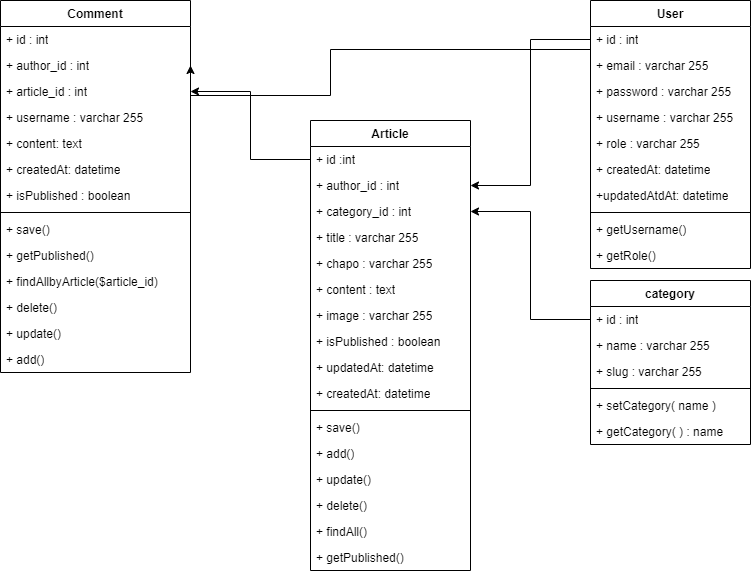
The draw.io diagram Diagrammes/Class_blog.drawio.png in GaetanLgt/blog-oc, before a commit. Source tidied: cells renumbered, new cells last; positions are measured from the earlier drawing's top-left corner, leaving out a move shared by most shapes. Its diagram source:
```xml
<mxGraphModel>
  <root>
    <mxCell id="0" />
    <mxCell id="1" parent="0" />
    <mxCell id="2" value="User" style="swimlane;fontStyle=1;align=center;verticalAlign=top;horizontal=1;startSize=26;whiteSpace=wrap;html=1;" parent="1" vertex="1">
      <mxGeometry x="590" width="160" height="268" as="geometry" />
    </mxCell>
    <mxCell id="3" value="+ id : int" style="text;strokeColor=none;fillColor=none;align=left;verticalAlign=top;spacingLeft=4;spacingRight=4;overflow=hidden;points=[[0,0.5],[1,0.5]];portConstraint=eastwest;whiteSpace=wrap;html=1;" parent="2" vertex="1">
      <mxGeometry y="26" width="160" height="26" as="geometry" />
    </mxCell>
    <mxCell id="4" value="+ email : varchar 255" style="text;strokeColor=none;fillColor=none;align=left;verticalAlign=top;spacingLeft=4;spacingRight=4;overflow=hidden;whiteSpace=wrap;html=1;" parent="2" vertex="1">
      <mxGeometry y="52" width="160" height="26" as="geometry" />
    </mxCell>
    <mxCell id="5" value="+ password : varchar 255" style="text;strokeColor=none;fillColor=none;align=left;verticalAlign=top;spacingLeft=4;spacingRight=4;overflow=hidden;whiteSpace=wrap;html=1;" parent="2" vertex="1">
      <mxGeometry y="78" width="160" height="26" as="geometry" />
    </mxCell>
    <mxCell id="6" value="+ username : varchar 255" style="text;strokeColor=none;fillColor=none;align=left;verticalAlign=top;spacingLeft=4;spacingRight=4;overflow=hidden;whiteSpace=wrap;html=1;" parent="2" vertex="1">
      <mxGeometry y="104" width="160" height="26" as="geometry" />
    </mxCell>
    <mxCell id="7" value="+ role : varchar 255" style="text;strokeColor=none;fillColor=none;align=left;verticalAlign=top;spacingLeft=4;spacingRight=4;overflow=hidden;whiteSpace=wrap;html=1;" parent="2" vertex="1">
      <mxGeometry y="130" width="160" height="26" as="geometry" />
    </mxCell>
    <mxCell id="8" value="+ createdAt: datetime" style="text;strokeColor=none;fillColor=none;align=left;verticalAlign=top;spacingLeft=4;spacingRight=4;overflow=hidden;whiteSpace=wrap;html=1;" parent="2" vertex="1">
      <mxGeometry y="156" width="160" height="26" as="geometry" />
    </mxCell>
    <mxCell id="9" value="+updatedAtdAt: datetime" style="text;strokeColor=none;fillColor=none;align=left;verticalAlign=top;spacingLeft=4;spacingRight=4;overflow=hidden;whiteSpace=wrap;html=1;" parent="2" vertex="1">
      <mxGeometry y="182" width="160" height="26" as="geometry" />
    </mxCell>
    <mxCell id="10" style="line;strokeWidth=1;fillColor=none;align=left;verticalAlign=middle;spacingTop=-1;spacingLeft=3;spacingRight=3;labelPosition=right;strokeColor=inherit;" parent="2" vertex="1">
      <mxGeometry y="208" width="160" height="8" as="geometry" />
    </mxCell>
    <mxCell id="11" value="+ getUsername()" style="text;strokeColor=none;fillColor=none;align=left;verticalAlign=top;spacingLeft=4;spacingRight=4;overflow=hidden;whiteSpace=wrap;html=1;" parent="2" vertex="1">
      <mxGeometry y="216" width="160" height="26" as="geometry" />
    </mxCell>
    <mxCell id="12" value="+ getRole()" style="text;strokeColor=none;fillColor=none;align=left;verticalAlign=top;spacingLeft=4;spacingRight=4;overflow=hidden;whiteSpace=wrap;html=1;" parent="2" vertex="1">
      <mxGeometry y="242" width="160" height="26" as="geometry" />
    </mxCell>
    <mxCell id="13" value="Comment" style="swimlane;fontStyle=1;align=center;verticalAlign=top;horizontal=1;startSize=26;whiteSpace=wrap;html=1;" parent="1" vertex="1">
      <mxGeometry width="190" height="372" as="geometry" />
    </mxCell>
    <mxCell id="14" value="+ id : int" style="text;strokeColor=none;fillColor=none;align=left;verticalAlign=top;spacingLeft=4;spacingRight=4;overflow=hidden;whiteSpace=wrap;html=1;" parent="13" vertex="1">
      <mxGeometry y="26" width="190" height="26" as="geometry" />
    </mxCell>
    <mxCell id="15" value="+ author_id : int" style="text;strokeColor=none;fillColor=none;align=left;verticalAlign=top;spacingLeft=4;spacingRight=4;overflow=hidden;points=[[0,0.5],[1,0.5]];portConstraint=eastwest;whiteSpace=wrap;html=1;" parent="13" vertex="1">
      <mxGeometry y="52" width="190" height="26" as="geometry" />
    </mxCell>
    <mxCell id="16" value="+ article_id : int" style="text;strokeColor=none;fillColor=none;align=left;verticalAlign=top;spacingLeft=4;spacingRight=4;overflow=hidden;points=[[0,0.5],[1,0.5]];portConstraint=eastwest;whiteSpace=wrap;html=1;" parent="13" vertex="1">
      <mxGeometry y="78" width="190" height="26" as="geometry" />
    </mxCell>
    <mxCell id="17" value="+ username : varchar 255" style="text;strokeColor=none;fillColor=none;align=left;verticalAlign=top;spacingLeft=4;spacingRight=4;overflow=hidden;whiteSpace=wrap;html=1;" parent="13" vertex="1">
      <mxGeometry y="104" width="190" height="26" as="geometry" />
    </mxCell>
    <mxCell id="18" value="+ content: text" style="text;strokeColor=none;fillColor=none;align=left;verticalAlign=top;spacingLeft=4;spacingRight=4;overflow=hidden;whiteSpace=wrap;html=1;" parent="13" vertex="1">
      <mxGeometry y="130" width="190" height="26" as="geometry" />
    </mxCell>
    <mxCell id="19" value="+ createdAt: datetime" style="text;strokeColor=none;fillColor=none;align=left;verticalAlign=top;spacingLeft=4;spacingRight=4;overflow=hidden;whiteSpace=wrap;html=1;" parent="13" vertex="1">
      <mxGeometry y="156" width="190" height="26" as="geometry" />
    </mxCell>
    <mxCell id="20" value="+ isPublished : boolean" style="text;strokeColor=none;fillColor=none;align=left;verticalAlign=top;spacingLeft=4;spacingRight=4;overflow=hidden;whiteSpace=wrap;html=1;" parent="13" vertex="1">
      <mxGeometry y="182" width="190" height="26" as="geometry" />
    </mxCell>
    <mxCell id="21" style="line;strokeWidth=1;fillColor=none;align=left;verticalAlign=middle;spacingTop=-1;spacingLeft=3;spacingRight=3;labelPosition=right;strokeColor=inherit;" parent="13" vertex="1">
      <mxGeometry y="208" width="190" height="8" as="geometry" />
    </mxCell>
    <mxCell id="22" value="+ save()&lt;br&gt;" style="text;strokeColor=none;fillColor=none;align=left;verticalAlign=top;spacingLeft=4;spacingRight=4;overflow=hidden;whiteSpace=wrap;html=1;" parent="13" vertex="1">
      <mxGeometry y="216" width="190" height="26" as="geometry" />
    </mxCell>
    <mxCell id="23" value="+ getPublished()" style="text;strokeColor=none;fillColor=none;align=left;verticalAlign=top;spacingLeft=4;spacingRight=4;overflow=hidden;whiteSpace=wrap;html=1;" parent="13" vertex="1">
      <mxGeometry y="242" width="190" height="26" as="geometry" />
    </mxCell>
    <mxCell id="24" value="+ findAllbyArticle($article_id)" style="text;strokeColor=none;fillColor=none;align=left;verticalAlign=top;spacingLeft=4;spacingRight=4;overflow=hidden;whiteSpace=wrap;html=1;" parent="13" vertex="1">
      <mxGeometry y="268" width="190" height="26" as="geometry" />
    </mxCell>
    <mxCell id="25" value="+ delete()" style="text;strokeColor=none;fillColor=none;align=left;verticalAlign=top;spacingLeft=4;spacingRight=4;overflow=hidden;whiteSpace=wrap;html=1;" parent="13" vertex="1">
      <mxGeometry y="294" width="190" height="26" as="geometry" />
    </mxCell>
    <mxCell id="26" value="+ update()" style="text;strokeColor=none;fillColor=none;align=left;verticalAlign=top;spacingLeft=4;spacingRight=4;overflow=hidden;whiteSpace=wrap;html=1;" parent="13" vertex="1">
      <mxGeometry y="320" width="190" height="26" as="geometry" />
    </mxCell>
    <mxCell id="27" value="+ add()" style="text;strokeColor=none;fillColor=none;align=left;verticalAlign=top;spacingLeft=4;spacingRight=4;overflow=hidden;whiteSpace=wrap;html=1;" parent="13" vertex="1">
      <mxGeometry y="346" width="190" height="26" as="geometry" />
    </mxCell>
    <mxCell id="28" value="category" style="swimlane;fontStyle=1;align=center;verticalAlign=top;horizontal=1;startSize=26;whiteSpace=wrap;html=1;" parent="1" vertex="1">
      <mxGeometry x="590" y="280" width="160" height="164" as="geometry" />
    </mxCell>
    <mxCell id="29" value="+ id : int" style="text;strokeColor=none;fillColor=none;align=left;verticalAlign=top;spacingLeft=4;spacingRight=4;overflow=hidden;points=[[0,0.5],[1,0.5]];portConstraint=eastwest;whiteSpace=wrap;html=1;" parent="28" vertex="1">
      <mxGeometry y="26" width="160" height="26" as="geometry" />
    </mxCell>
    <mxCell id="30" value="+ name : varchar 255" style="text;strokeColor=none;fillColor=none;align=left;verticalAlign=top;spacingLeft=4;spacingRight=4;overflow=hidden;whiteSpace=wrap;html=1;" parent="28" vertex="1">
      <mxGeometry y="52" width="160" height="26" as="geometry" />
    </mxCell>
    <mxCell id="31" value="+ slug : varchar 255" style="text;strokeColor=none;fillColor=none;align=left;verticalAlign=top;spacingLeft=4;spacingRight=4;overflow=hidden;whiteSpace=wrap;html=1;" parent="28" vertex="1">
      <mxGeometry y="78" width="160" height="26" as="geometry" />
    </mxCell>
    <mxCell id="32" style="line;strokeWidth=1;fillColor=none;align=left;verticalAlign=middle;spacingTop=-1;spacingLeft=3;spacingRight=3;labelPosition=right;strokeColor=inherit;" parent="28" vertex="1">
      <mxGeometry y="104" width="160" height="8" as="geometry" />
    </mxCell>
    <mxCell id="33" value="+ setCategory( name )" style="text;strokeColor=none;fillColor=none;align=left;verticalAlign=top;spacingLeft=4;spacingRight=4;overflow=hidden;whiteSpace=wrap;html=1;" parent="28" vertex="1">
      <mxGeometry y="112" width="160" height="26" as="geometry" />
    </mxCell>
    <mxCell id="34" value="+ getCategory( ) : name" style="text;strokeColor=none;fillColor=none;align=left;verticalAlign=top;spacingLeft=4;spacingRight=4;overflow=hidden;whiteSpace=wrap;html=1;" parent="28" vertex="1">
      <mxGeometry y="138" width="160" height="26" as="geometry" />
    </mxCell>
    <mxCell id="35" value="Article" style="swimlane;fontStyle=1;align=center;verticalAlign=top;horizontal=1;startSize=26;whiteSpace=wrap;html=1;" parent="1" vertex="1">
      <mxGeometry x="310" y="120" width="160" height="450" as="geometry" />
    </mxCell>
    <mxCell id="36" value="+ id :int" style="text;strokeColor=none;fillColor=none;align=left;verticalAlign=top;spacingLeft=4;spacingRight=4;overflow=hidden;points=[[0,0.5],[1,0.5]];portConstraint=eastwest;whiteSpace=wrap;html=1;" parent="35" vertex="1">
      <mxGeometry y="26" width="160" height="26" as="geometry" />
    </mxCell>
    <mxCell id="37" value="+ author_id : int" style="text;strokeColor=none;fillColor=none;align=left;verticalAlign=top;spacingLeft=4;spacingRight=4;overflow=hidden;points=[[0,0.5],[1,0.5]];portConstraint=eastwest;whiteSpace=wrap;html=1;" parent="35" vertex="1">
      <mxGeometry y="52" width="160" height="26" as="geometry" />
    </mxCell>
    <mxCell id="38" value="+ category_id : int" style="text;strokeColor=none;fillColor=none;align=left;verticalAlign=top;spacingLeft=4;spacingRight=4;overflow=hidden;points=[[0,0.5],[1,0.5]];portConstraint=eastwest;whiteSpace=wrap;html=1;" parent="35" vertex="1">
      <mxGeometry y="78" width="160" height="26" as="geometry" />
    </mxCell>
    <mxCell id="39" value="+ title : varchar 255" style="text;strokeColor=none;fillColor=none;align=left;verticalAlign=top;spacingLeft=4;spacingRight=4;overflow=hidden;whiteSpace=wrap;html=1;" parent="35" vertex="1">
      <mxGeometry y="104" width="160" height="26" as="geometry" />
    </mxCell>
    <mxCell id="40" value="+ chapo : varchar 255" style="text;strokeColor=none;fillColor=none;align=left;verticalAlign=top;spacingLeft=4;spacingRight=4;overflow=hidden;whiteSpace=wrap;html=1;" parent="35" vertex="1">
      <mxGeometry y="130" width="160" height="26" as="geometry" />
    </mxCell>
    <mxCell id="41" value="+ content : text" style="text;strokeColor=none;fillColor=none;align=left;verticalAlign=top;spacingLeft=4;spacingRight=4;overflow=hidden;whiteSpace=wrap;html=1;" parent="35" vertex="1">
      <mxGeometry y="156" width="160" height="26" as="geometry" />
    </mxCell>
    <mxCell id="42" value="+ image : varchar 255" style="text;strokeColor=none;fillColor=none;align=left;verticalAlign=top;spacingLeft=4;spacingRight=4;overflow=hidden;whiteSpace=wrap;html=1;" parent="35" vertex="1">
      <mxGeometry y="182" width="160" height="26" as="geometry" />
    </mxCell>
    <mxCell id="43" value="+ isPublished : boolean" style="text;strokeColor=none;fillColor=none;align=left;verticalAlign=top;spacingLeft=4;spacingRight=4;overflow=hidden;whiteSpace=wrap;html=1;" parent="35" vertex="1">
      <mxGeometry y="208" width="160" height="26" as="geometry" />
    </mxCell>
    <mxCell id="44" value="+ updatedAt: datetime" style="text;strokeColor=none;fillColor=none;align=left;verticalAlign=top;spacingLeft=4;spacingRight=4;overflow=hidden;whiteSpace=wrap;html=1;" parent="35" vertex="1">
      <mxGeometry y="234" width="160" height="26" as="geometry" />
    </mxCell>
    <mxCell id="45" value="+ createdAt: datetime" style="text;strokeColor=none;fillColor=none;align=left;verticalAlign=top;spacingLeft=4;spacingRight=4;overflow=hidden;whiteSpace=wrap;html=1;" parent="35" vertex="1">
      <mxGeometry y="260" width="160" height="26" as="geometry" />
    </mxCell>
    <mxCell id="46" style="line;strokeWidth=1;fillColor=none;align=left;verticalAlign=middle;spacingTop=-1;spacingLeft=3;spacingRight=3;labelPosition=right;strokeColor=inherit;" parent="35" vertex="1">
      <mxGeometry y="286" width="160" height="8" as="geometry" />
    </mxCell>
    <mxCell id="47" value="+ save()&lt;br&gt;" style="text;strokeColor=none;fillColor=none;align=left;verticalAlign=top;spacingLeft=4;spacingRight=4;overflow=hidden;whiteSpace=wrap;html=1;" parent="35" vertex="1">
      <mxGeometry y="294" width="160" height="26" as="geometry" />
    </mxCell>
    <mxCell id="48" value="+ add()" style="text;strokeColor=none;fillColor=none;align=left;verticalAlign=top;spacingLeft=4;spacingRight=4;overflow=hidden;whiteSpace=wrap;html=1;" parent="35" vertex="1">
      <mxGeometry y="320" width="160" height="26" as="geometry" />
    </mxCell>
    <mxCell id="49" value="+ update()" style="text;strokeColor=none;fillColor=none;align=left;verticalAlign=top;spacingLeft=4;spacingRight=4;overflow=hidden;whiteSpace=wrap;html=1;" parent="35" vertex="1">
      <mxGeometry y="346" width="160" height="26" as="geometry" />
    </mxCell>
    <mxCell id="50" value="+ delete()" style="text;strokeColor=none;fillColor=none;align=left;verticalAlign=top;spacingLeft=4;spacingRight=4;overflow=hidden;whiteSpace=wrap;html=1;" parent="35" vertex="1">
      <mxGeometry y="372" width="160" height="26" as="geometry" />
    </mxCell>
    <mxCell id="51" value="+ findAll()" style="text;strokeColor=none;fillColor=none;align=left;verticalAlign=top;spacingLeft=4;spacingRight=4;overflow=hidden;whiteSpace=wrap;html=1;" parent="35" vertex="1">
      <mxGeometry y="398" width="160" height="26" as="geometry" />
    </mxCell>
    <mxCell id="52" value="+ getPublished()" style="text;strokeColor=none;fillColor=none;align=left;verticalAlign=top;spacingLeft=4;spacingRight=4;overflow=hidden;whiteSpace=wrap;html=1;" parent="35" vertex="1">
      <mxGeometry y="424" width="160" height="26" as="geometry" />
    </mxCell>
    <mxCell id="53" style="edgeStyle=orthogonalEdgeStyle;rounded=0;jettySize=auto;html=1;entryX=1;entryY=0.5;entryDx=0;entryDy=0;" parent="1" edge="1" source="36" target="16">
      <mxGeometry relative="1" as="geometry" />
    </mxCell>
    <mxCell id="54" style="edgeStyle=orthogonalEdgeStyle;rounded=0;jettySize=auto;html=1;exitX=0;exitY=0.5;exitDx=0;exitDy=0;entryX=1;entryY=0.5;entryDx=0;entryDy=0;" parent="1" edge="1" source="3" target="15">
      <mxGeometry relative="1" as="geometry">
        <Array as="points">
          <mxPoint x="330" y="49" />
          <mxPoint x="330" y="95" />
        </Array>
      </mxGeometry>
    </mxCell>
    <mxCell id="55" style="edgeStyle=orthogonalEdgeStyle;rounded=0;jettySize=auto;html=1;entryX=1;entryY=0.5;entryDx=0;entryDy=0;" parent="1" edge="1" source="29" target="38">
      <mxGeometry relative="1" as="geometry" />
    </mxCell>
    <mxCell id="56" style="edgeStyle=orthogonalEdgeStyle;rounded=0;jettySize=auto;html=1;entryX=1;entryY=0.5;entryDx=0;entryDy=0;" parent="1" edge="1" source="3" target="37">
      <mxGeometry relative="1" as="geometry" />
    </mxCell>
  </root>
</mxGraphModel>
```
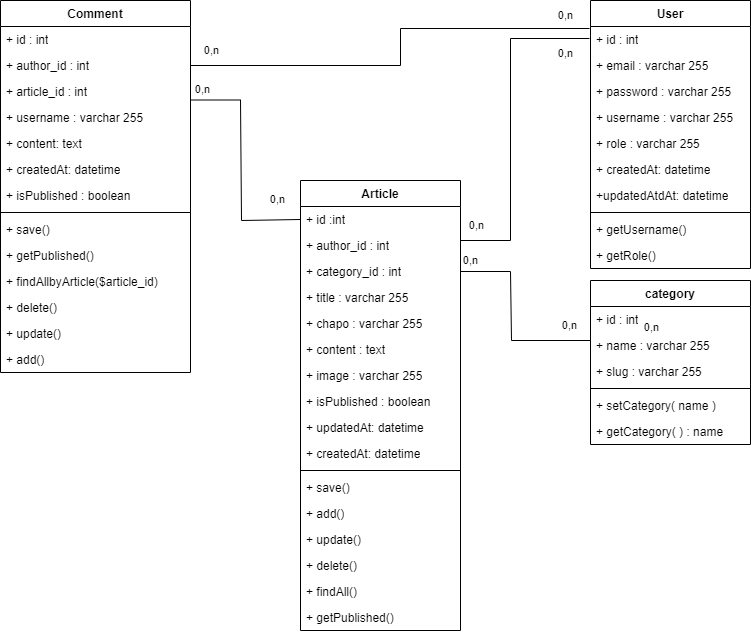
After the change.

The edit, as a diff of the source:
```diff
@@ -1,4 +1,4 @@
-<mxGraphModel>
+<mxGraphModel background="#ffffff">
   <root>
     <mxCell id="0" />
     <mxCell id="1" parent="0" />
@@ -102,7 +102,7 @@
       <mxGeometry y="138" width="160" height="26" as="geometry" />
     </mxCell>
     <mxCell id="35" value="Article" style="swimlane;fontStyle=1;align=center;verticalAlign=top;horizontal=1;startSize=26;whiteSpace=wrap;html=1;" parent="1" vertex="1">
-      <mxGeometry x="310" y="120" width="160" height="450" as="geometry" />
+      <mxGeometry x="300" y="180" width="160" height="450" as="geometry" />
     </mxCell>
     <mxCell id="36" value="+ id :int" style="text;strokeColor=none;fillColor=none;align=left;verticalAlign=top;spacingLeft=4;spacingRight=4;overflow=hidden;points=[[0,0.5],[1,0.5]];portConstraint=eastwest;whiteSpace=wrap;html=1;" parent="35" vertex="1">
       <mxGeometry y="26" width="160" height="26" as="geometry" />
@@ -155,22 +155,66 @@
     <mxCell id="52" value="+ getPublished()" style="text;strokeColor=none;fillColor=none;align=left;verticalAlign=top;spacingLeft=4;spacingRight=4;overflow=hidden;whiteSpace=wrap;html=1;" parent="35" vertex="1">
       <mxGeometry y="424" width="160" height="26" as="geometry" />
     </mxCell>
-    <mxCell id="53" style="edgeStyle=orthogonalEdgeStyle;rounded=0;jettySize=auto;html=1;entryX=1;entryY=0.5;entryDx=0;entryDy=0;" parent="1" edge="1" source="36" target="16">
-      <mxGeometry relative="1" as="geometry" />
-    </mxCell>
-    <mxCell id="54" style="edgeStyle=orthogonalEdgeStyle;rounded=0;jettySize=auto;html=1;exitX=0;exitY=0.5;exitDx=0;exitDy=0;entryX=1;entryY=0.5;entryDx=0;entryDy=0;" parent="1" edge="1" source="3" target="15">
-      <mxGeometry relative="1" as="geometry">
-        <Array as="points">
-          <mxPoint x="330" y="49" />
-          <mxPoint x="330" y="95" />
-        </Array>
-      </mxGeometry>
-    </mxCell>
-    <mxCell id="55" style="edgeStyle=orthogonalEdgeStyle;rounded=0;jettySize=auto;html=1;entryX=1;entryY=0.5;entryDx=0;entryDy=0;" parent="1" edge="1" source="29" target="38">
-      <mxGeometry relative="1" as="geometry" />
-    </mxCell>
-    <mxCell id="56" style="edgeStyle=orthogonalEdgeStyle;rounded=0;jettySize=auto;html=1;entryX=1;entryY=0.5;entryDx=0;entryDy=0;" parent="1" edge="1" source="3" target="37">
-      <mxGeometry relative="1" as="geometry" />
-    </mxCell>
+    <mxCell id="57" value="0,n" style="endArrow=none;html=1;rounded=0;exitX=1;exitY=0.5;exitDx=0;exitDy=0;entryX=-0.006;entryY=0.077;entryDx=0;entryDy=0;entryPerimeter=0;" parent="1" edge="1" source="15" target="3">
+      <mxGeometry x="-0.91" y="15" relative="1" as="geometry">
+        <Array as="points">
+          <mxPoint x="400" y="65" />
+          <mxPoint x="400" y="28" />
+        </Array>
+      </mxGeometry>
+    </mxCell>
+    <mxCell id="58" value="0,n" style="edgeLabel;html=1;align=center;verticalAlign=middle;" parent="57" vertex="1">
+      <mxGeometry x="0.28" y="-3" relative="1" as="geometry">
+        <mxPoint x="132" y="-17" as="offset" />
+      </mxGeometry>
+    </mxCell>
+    <mxCell id="59" value="0,n" style="edgeLabel;html=1;align=center;verticalAlign=middle;" parent="1" vertex="1">
+      <mxGeometry x="575" y="24" as="geometry">
+        <mxPoint x="-10" y="28" as="offset" />
+      </mxGeometry>
+    </mxCell>
+    <mxCell id="60" value="0,n" style="endArrow=none;html=1;rounded=0;entryX=-0.006;entryY=0.077;entryDx=0;entryDy=0;entryPerimeter=0;" parent="1" edge="1">
+      <mxGeometry x="-0.91" y="15" relative="1" as="geometry">
+        <mxPoint x="460" y="240" as="sourcePoint" />
+        <mxPoint x="589" y="38" as="targetPoint" />
+        <Array as="points">
+          <mxPoint x="510" y="240" />
+          <mxPoint x="510" y="38" />
+        </Array>
+      </mxGeometry>
+    </mxCell>
+    <mxCell id="61" value="0,n" style="endArrow=none;html=1;rounded=0;entryX=-0.006;entryY=0.077;entryDx=0;entryDy=0;entryPerimeter=0;exitX=1;exitY=0.5;exitDx=0;exitDy=0;" parent="1" edge="1" source="38">
+      <mxGeometry x="-0.9" y="11" relative="1" as="geometry">
+        <mxPoint x="590" y="340" as="targetPoint" />
+        <Array as="points">
+          <mxPoint x="510" y="271" />
+          <mxPoint x="511" y="340" />
+        </Array>
+      </mxGeometry>
+    </mxCell>
+    <mxCell id="62" value="0,n" style="edgeLabel;html=1;align=center;verticalAlign=middle;" parent="61" vertex="1">
+      <mxGeometry x="0.28" y="-3" relative="1" as="geometry">
+        <mxPoint x="132" y="-17" as="offset" />
+      </mxGeometry>
+    </mxCell>
+    <mxCell id="63" value="0,n" style="edgeLabel;html=1;align=center;verticalAlign=middle;" parent="1" vertex="1">
+      <mxGeometry x="590" y="24" as="geometry">
+        <mxPoint x="-21" y="300" as="offset" />
+      </mxGeometry>
+    </mxCell>
+    <mxCell id="64" value="0,n" style="edgeLabel;html=1;align=center;verticalAlign=middle;" parent="1" vertex="1">
+      <mxGeometry x="575" y="10" as="geometry">
+        <mxPoint x="-298" y="188" as="offset" />
+      </mxGeometry>
+    </mxCell>
+    <mxCell id="65" value="0,n" style="endArrow=none;html=1;rounded=0;entryX=0;entryY=0.5;entryDx=0;entryDy=0;exitX=1;exitY=0.5;exitDx=0;exitDy=0;" parent="1" edge="1" target="36">
+      <mxGeometry x="-0.9" y="11" relative="1" as="geometry">
+        <mxPoint x="190" y="99.5" as="sourcePoint" />
+        <Array as="points">
+          <mxPoint x="240" y="99.5" />
+          <mxPoint x="241" y="220" />
+        </Array>
+      </mxGeometry>
+    </mxCell>
   </root>
 </mxGraphModel>
```
